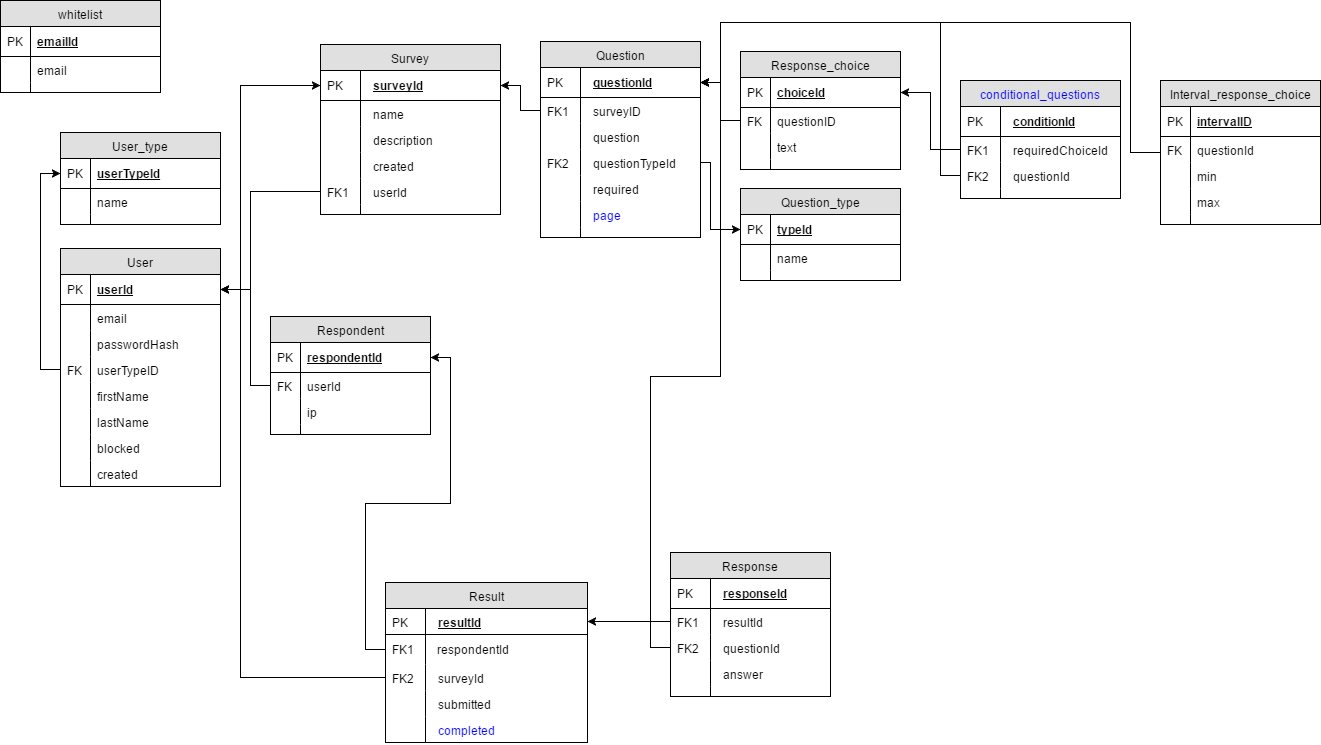
This is UML/Apklausų DB.png from Javainis2017/SurveyApplication, a draw.io export, as it was before one commit. Source tidied: cells renumbered, new cells last; positions are measured from the earlier drawing's top-left corner, leaving out a move shared by most shapes.
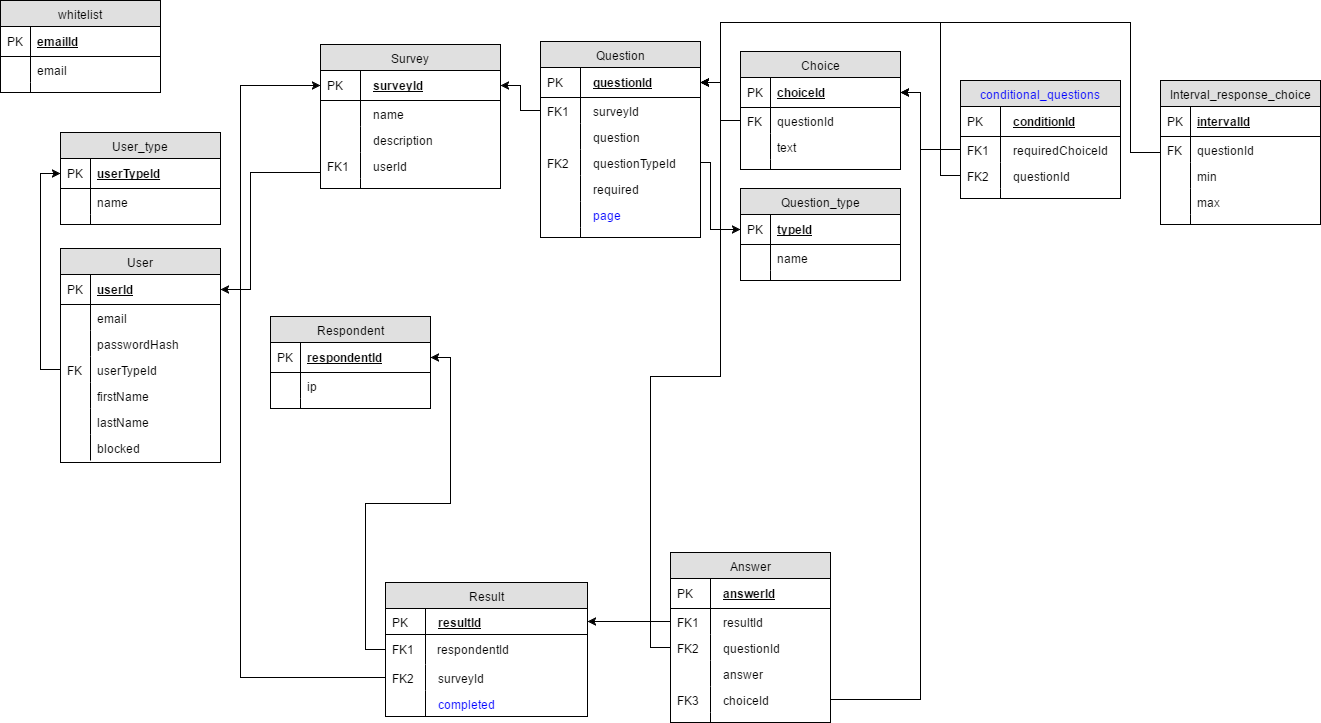
The same file after the commit.

Change to the diagram source:
```diff
@@ -5,3 +5,3 @@
     <mxCell id="2" value="User" style="swimlane;html=1;fontStyle=0;horizontal=1;startSize=26;fillColor=#e0e0e0;swimlaneFillColor=#ffffff;align=center;" parent="1" vertex="1">
-      <mxGeometry x="60" y="248" width="160" height="238" as="geometry" />
+      <mxGeometry x="60" y="248" width="160" height="214" as="geometry" />
     </mxCell>
@@ -25,3 +25,3 @@
     </mxCell>
-    <mxCell id="9" value="userTypeID" style="shape=partialRectangle;top=0;left=0;right=0;bottom=0;html=1;align=left;verticalAlign=top;fillColor=none;spacingLeft=34;spacingRight=4;whiteSpace=wrap;overflow=hidden;points=[[0,0.5],[1,0.5]];portConstraint=eastwest;" parent="2" vertex="1">
+    <mxCell id="9" value="userTypeId" style="shape=partialRectangle;top=0;left=0;right=0;bottom=0;html=1;align=left;verticalAlign=top;fillColor=none;spacingLeft=34;spacingRight=4;whiteSpace=wrap;overflow=hidden;points=[[0,0.5],[1,0.5]];portConstraint=eastwest;" parent="2" vertex="1">
       <mxGeometry y="108" width="160" height="26" as="geometry" />
@@ -49,10 +49,4 @@
     </mxCell>
-    <mxCell id="17" value="created" style="shape=partialRectangle;top=0;left=0;right=0;bottom=0;html=1;align=left;verticalAlign=top;fillColor=none;spacingLeft=34;spacingRight=4;whiteSpace=wrap;overflow=hidden;" parent="2" vertex="1">
-      <mxGeometry y="212" width="160" height="26" as="geometry" />
-    </mxCell>
-    <mxCell id="18" style="shape=partialRectangle;top=0;left=0;bottom=0;html=1;fillColor=none;align=left;verticalAlign=top;spacingLeft=4;spacingRight=4;whiteSpace=wrap;overflow=hidden;" parent="17" vertex="1">
-      <mxGeometry width="30" height="26" as="geometry" />
-    </mxCell>
     <mxCell id="19" value="Survey" style="swimlane;html=1;fontStyle=0;horizontal=1;startSize=26;fillColor=#e0e0e0;swimlaneFillColor=#ffffff;align=center;" parent="1" vertex="1">
-      <mxGeometry x="320" y="44" width="180" height="170" as="geometry" />
+      <mxGeometry x="320" y="44" width="180" height="144" as="geometry" />
     </mxCell>
@@ -76,10 +70,4 @@
     </mxCell>
-    <mxCell id="26" value="created" style="shape=partialRectangle;top=0;left=0;right=0;bottom=0;html=1;align=left;verticalAlign=top;fillColor=none;spacingLeft=50;spacingRight=4;whiteSpace=wrap;overflow=hidden;" parent="19" vertex="1">
-      <mxGeometry y="108" width="180" height="26" as="geometry" />
-    </mxCell>
-    <mxCell id="27" style="shape=partialRectangle;top=0;left=0;bottom=0;html=1;fillColor=none;align=left;verticalAlign=top;spacingLeft=4;spacingRight=4;whiteSpace=wrap;overflow=hidden;" parent="26" vertex="1">
-      <mxGeometry width="40" height="26" as="geometry" />
-    </mxCell>
     <mxCell id="28" value="userId" style="shape=partialRectangle;top=0;left=0;right=0;bottom=0;html=1;align=left;verticalAlign=top;fillColor=none;spacingLeft=50;spacingRight=4;whiteSpace=wrap;overflow=hidden;points=[[0,0.5],[1,0.5]];portConstraint=eastwest;labelBackgroundColor=none;strokeColor=#000000;fontColor=#000000;" parent="19" vertex="1">
-      <mxGeometry y="134" width="180" height="26" as="geometry" />
+      <mxGeometry y="108" width="180" height="26" as="geometry" />
     </mxCell>
@@ -89,3 +77,3 @@
     <mxCell id="30" style="shape=partialRectangle;top=0;left=0;right=0;bottom=0;html=1;align=left;verticalAlign=top;fillColor=none;spacingLeft=50;spacingRight=4;whiteSpace=wrap;overflow=hidden;" parent="19" vertex="1">
-      <mxGeometry y="160" width="180" height="10" as="geometry" />
+      <mxGeometry y="134" width="180" height="10" as="geometry" />
     </mxCell>
@@ -124,3 +112,3 @@
     </mxCell>
-    <mxCell id="42" value="surveyID" style="shape=partialRectangle;top=0;left=0;right=0;bottom=0;html=1;align=left;verticalAlign=top;fillColor=none;spacingLeft=50;spacingRight=4;whiteSpace=wrap;overflow=hidden;points=[[0,0.5],[1,0.5]];portConstraint=eastwest;" parent="39" vertex="1">
+    <mxCell id="42" value="surveyId" style="shape=partialRectangle;top=0;left=0;right=0;bottom=0;html=1;align=left;verticalAlign=top;fillColor=none;spacingLeft=50;spacingRight=4;whiteSpace=wrap;overflow=hidden;points=[[0,0.5],[1,0.5]];portConstraint=eastwest;" parent="39" vertex="1">
       <mxGeometry y="56" width="160" height="26" as="geometry" />
@@ -160,3 +148,3 @@
     </mxCell>
-    <mxCell id="54" value="Response_choice" style="swimlane;html=1;fontStyle=0;horizontal=1;startSize=26;fillColor=#e0e0e0;swimlaneFillColor=#ffffff;align=center;" parent="1" vertex="1">
+    <mxCell id="54" value="Choice" style="swimlane;html=1;fontStyle=0;horizontal=1;startSize=26;fillColor=#e0e0e0;swimlaneFillColor=#ffffff;align=center;" parent="1" vertex="1">
       <mxGeometry x="740" y="51" width="160" height="118" as="geometry" />
@@ -169,3 +157,3 @@
     </mxCell>
-    <mxCell id="57" value="questionID" style="shape=partialRectangle;top=0;left=0;right=0;bottom=0;html=1;align=left;verticalAlign=top;fillColor=none;spacingLeft=34;spacingRight=4;whiteSpace=wrap;overflow=hidden;points=[[0,0.5],[1,0.5]];portConstraint=eastwest;" parent="54" vertex="1">
+    <mxCell id="57" value="questionId" style="shape=partialRectangle;top=0;left=0;right=0;bottom=0;html=1;align=left;verticalAlign=top;fillColor=none;spacingLeft=34;spacingRight=4;whiteSpace=wrap;overflow=hidden;points=[[0,0.5],[1,0.5]];portConstraint=eastwest;" parent="54" vertex="1">
       <mxGeometry y="56" width="160" height="26" as="geometry" />
@@ -187,6 +175,6 @@
     </mxCell>
-    <mxCell id="63" value="Response" style="swimlane;html=1;fontStyle=0;horizontal=1;startSize=26;fillColor=#e0e0e0;swimlaneFillColor=#ffffff;align=center;" parent="1" vertex="1">
-      <mxGeometry x="670" y="552" width="160" height="144" as="geometry" />
+    <mxCell id="63" value="Answer" style="swimlane;html=1;fontStyle=0;horizontal=1;startSize=26;fillColor=#e0e0e0;swimlaneFillColor=#ffffff;align=center;" parent="1" vertex="1">
+      <mxGeometry x="670" y="552" width="160" height="170" as="geometry" />
     </mxCell>
-    <mxCell id="64" value="responseId" style="shape=partialRectangle;top=0;left=0;right=0;bottom=1;html=1;align=left;verticalAlign=middle;fillColor=none;spacingLeft=50;spacingRight=4;whiteSpace=wrap;overflow=hidden;fontStyle=5;" parent="63" vertex="1">
+    <mxCell id="64" value="answerId" style="shape=partialRectangle;top=0;left=0;right=0;bottom=1;html=1;align=left;verticalAlign=middle;fillColor=none;spacingLeft=50;spacingRight=4;whiteSpace=wrap;overflow=hidden;fontStyle=5;" parent="63" vertex="1">
       <mxGeometry y="26" width="160" height="30" as="geometry" />
@@ -214,4 +202,10 @@
     </mxCell>
+    <mxCell id="141" value="choiceId" style="shape=partialRectangle;top=0;left=0;right=0;bottom=0;html=1;align=left;verticalAlign=top;fillColor=none;spacingLeft=50;spacingRight=4;whiteSpace=wrap;overflow=hidden;points=[[0,0.5],[1,0.5]];portConstraint=eastwest;labelBackgroundColor=none;strokeColor=#000000;fontColor=#000000;" parent="63" vertex="1">
+      <mxGeometry y="134" width="160" height="26" as="geometry" />
+    </mxCell>
+    <mxCell id="142" value="FK3" style="shape=partialRectangle;top=0;left=0;bottom=0;html=1;fillColor=none;align=left;verticalAlign=top;spacingLeft=4;spacingRight=4;whiteSpace=wrap;overflow=hidden;" parent="141" vertex="1">
+      <mxGeometry width="40" height="26" as="geometry" />
+    </mxCell>
     <mxCell id="72" style="shape=partialRectangle;top=0;left=0;right=0;bottom=0;html=1;align=left;verticalAlign=top;fillColor=none;spacingLeft=50;spacingRight=4;whiteSpace=wrap;overflow=hidden;" parent="63" vertex="1">
-      <mxGeometry y="134" width="160" height="10" as="geometry" />
+      <mxGeometry y="160" width="160" height="10" as="geometry" />
     </mxCell>
@@ -221,3 +215,3 @@
     <mxCell id="74" value="Result" style="swimlane;html=1;fontStyle=0;horizontal=1;startSize=26;fillColor=#e0e0e0;swimlaneFillColor=#ffffff;align=center;" parent="1" vertex="1">
-      <mxGeometry x="385" y="582" width="202" height="160" as="geometry" />
+      <mxGeometry x="385" y="582" width="202" height="134" as="geometry" />
     </mxCell>
@@ -241,10 +235,4 @@
     </mxCell>
-    <mxCell id="81" value="submitted" style="shape=partialRectangle;top=0;left=0;right=0;bottom=0;html=1;align=left;verticalAlign=top;fillColor=none;spacingLeft=50;spacingRight=4;whiteSpace=wrap;overflow=hidden;strokeColor=#000000;" parent="74" vertex="1">
-      <mxGeometry y="108" width="202" height="26" as="geometry" />
-    </mxCell>
-    <mxCell id="82" style="shape=partialRectangle;top=0;left=0;bottom=0;html=1;fillColor=none;align=left;verticalAlign=top;spacingLeft=4;spacingRight=4;whiteSpace=wrap;overflow=hidden;" parent="81" vertex="1">
-      <mxGeometry width="40" height="26" as="geometry" />
-    </mxCell>
     <mxCell id="83" value="completed" style="shape=partialRectangle;top=0;left=0;right=0;bottom=0;html=1;align=left;verticalAlign=top;fillColor=none;spacingLeft=50;spacingRight=4;whiteSpace=wrap;overflow=hidden;strokeColor=#000000;labelBackgroundColor=none;fontColor=#0000FF;" parent="74" vertex="1">
-      <mxGeometry y="134" width="202" height="26" as="geometry" />
+      <mxGeometry y="108" width="202" height="26" as="geometry" />
     </mxCell>
@@ -296,3 +284,3 @@
     <mxCell id="99" value="Respondent" style="swimlane;html=1;fontStyle=0;horizontal=1;startSize=26;fillColor=#e0e0e0;swimlaneFillColor=#ffffff;align=center;strokeColor=#000000;" parent="1" vertex="1">
-      <mxGeometry x="270" y="316" width="160" height="118" as="geometry" />
+      <mxGeometry x="270" y="316" width="160" height="92" as="geometry" />
     </mxCell>
@@ -304,10 +292,4 @@
     </mxCell>
-    <mxCell id="102" value="userId" style="shape=partialRectangle;top=0;left=0;right=0;bottom=0;html=1;align=left;verticalAlign=top;fillColor=none;spacingLeft=34;spacingRight=4;whiteSpace=wrap;overflow=hidden;points=[[0,0.5],[1,0.5]];portConstraint=eastwest;" parent="99" vertex="1">
-      <mxGeometry y="56" width="160" height="26" as="geometry" />
-    </mxCell>
-    <mxCell id="103" value="FK" style="shape=partialRectangle;top=0;left=0;bottom=0;html=1;fillColor=none;align=left;verticalAlign=top;spacingLeft=4;spacingRight=4;whiteSpace=wrap;overflow=hidden;" parent="102" vertex="1">
-      <mxGeometry width="30" height="26" as="geometry" />
-    </mxCell>
     <mxCell id="104" value="ip" style="shape=partialRectangle;top=0;left=0;right=0;bottom=0;html=1;align=left;verticalAlign=top;fillColor=none;spacingLeft=34;spacingRight=4;whiteSpace=wrap;overflow=hidden;" parent="99" vertex="1">
-      <mxGeometry y="82" width="160" height="26" as="geometry" />
+      <mxGeometry y="56" width="160" height="26" as="geometry" />
     </mxCell>
@@ -317,3 +299,3 @@
     <mxCell id="106" style="shape=partialRectangle;top=0;left=0;right=0;bottom=0;html=1;align=left;verticalAlign=top;fillColor=none;spacingLeft=34;spacingRight=4;whiteSpace=wrap;overflow=hidden;" parent="99" vertex="1">
-      <mxGeometry y="108" width="160" height="10" as="geometry" />
+      <mxGeometry y="82" width="160" height="10" as="geometry" />
     </mxCell>
@@ -361,3 +343,8 @@
     <mxCell id="119" style="edgeStyle=orthogonalEdgeStyle;rounded=0;html=1;entryX=1;entryY=0.5;jettySize=auto;fontColor=#0000FF;" parent="1" edge="1" source="111" target="55">
-      <mxGeometry relative="1" as="geometry" />
+      <mxGeometry relative="1" as="geometry">
+        <Array as="points">
+          <mxPoint x="920" y="149" />
+          <mxPoint x="920" y="92" />
+        </Array>
+      </mxGeometry>
     </mxCell>
@@ -389,10 +376,2 @@
     </mxCell>
-    <mxCell id="124" style="edgeStyle=orthogonalEdgeStyle;rounded=0;html=1;entryX=1;entryY=0.5;jettySize=auto;fontColor=#0000FF;" parent="1" edge="1" source="102" target="3">
-      <mxGeometry relative="1" as="geometry">
-        <Array as="points">
-          <mxPoint x="250" y="385" />
-          <mxPoint x="250" y="289" />
-        </Array>
-      </mxGeometry>
-    </mxCell>
     <mxCell id="125" style="edgeStyle=orthogonalEdgeStyle;rounded=0;html=1;entryX=0;entryY=0.5;jettySize=auto;fontColor=#0000FF;" parent="1" edge="1" source="9" target="93">
@@ -403,3 +382,3 @@
     </mxCell>
-    <mxCell id="127" value="intervalID" style="shape=partialRectangle;top=0;left=0;right=0;bottom=1;html=1;align=left;verticalAlign=middle;fillColor=none;spacingLeft=34;spacingRight=4;whiteSpace=wrap;overflow=hidden;fontStyle=5;" parent="126" vertex="1">
+    <mxCell id="127" value="intervalId" style="shape=partialRectangle;top=0;left=0;right=0;bottom=1;html=1;align=left;verticalAlign=middle;fillColor=none;spacingLeft=34;spacingRight=4;whiteSpace=wrap;overflow=hidden;fontStyle=5;" parent="126" vertex="1">
       <mxGeometry y="26" width="160" height="30" as="geometry" />
@@ -446,3 +425,3 @@
         <Array as="points">
-          <mxPoint x="250" y="191" />
+          <mxPoint x="250" y="172" />
           <mxPoint x="250" y="289" />
@@ -462,2 +441,10 @@
     </mxCell>
+    <mxCell id="143" style="edgeStyle=orthogonalEdgeStyle;rounded=0;html=1;entryX=1;entryY=0.5;jettySize=auto;fontColor=#000000;" parent="1" edge="1" source="141" target="55">
+      <mxGeometry relative="1" as="geometry">
+        <Array as="points">
+          <mxPoint x="920" y="699" />
+          <mxPoint x="920" y="92" />
+        </Array>
+      </mxGeometry>
+    </mxCell>
   </root>
```
